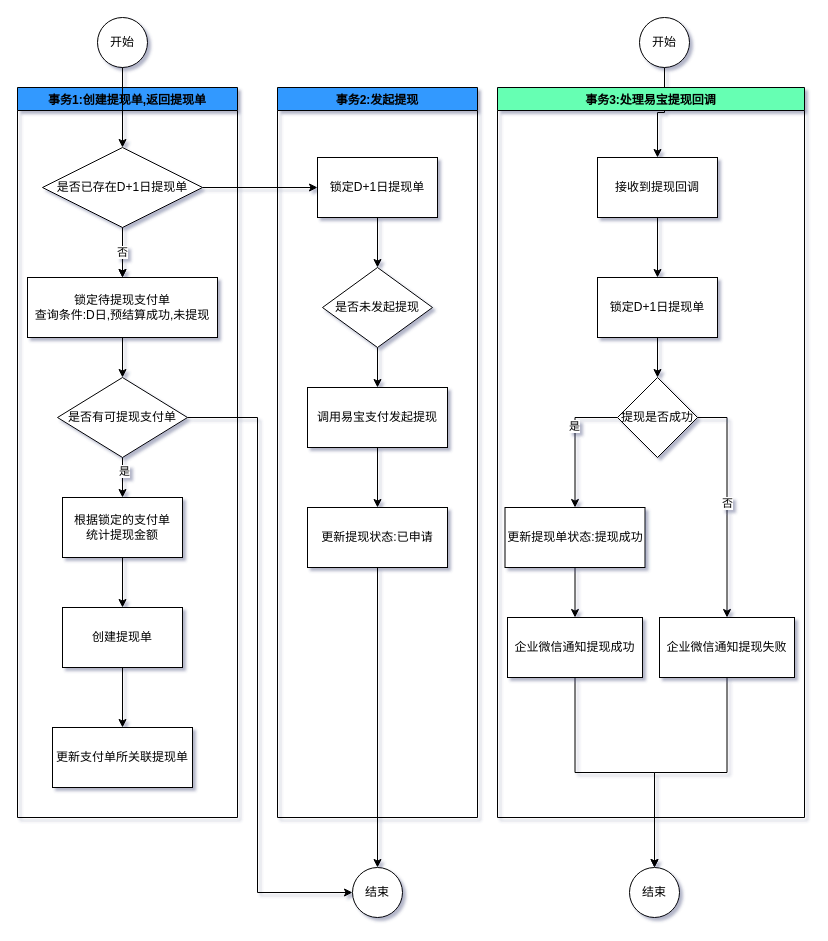
catface996/images keeps this draw.io diagram as 易宝支付提现流程.drawio. Above is the earlier version. Source tidied: cells renumbered, new cells numbered last; positions are measured from the earlier drawing's top-left corner, leaving out a move shared by most shapes. Both pictures are drawn from the tidied source at 100%, with x=0, y=0 at pixel (17, 17).
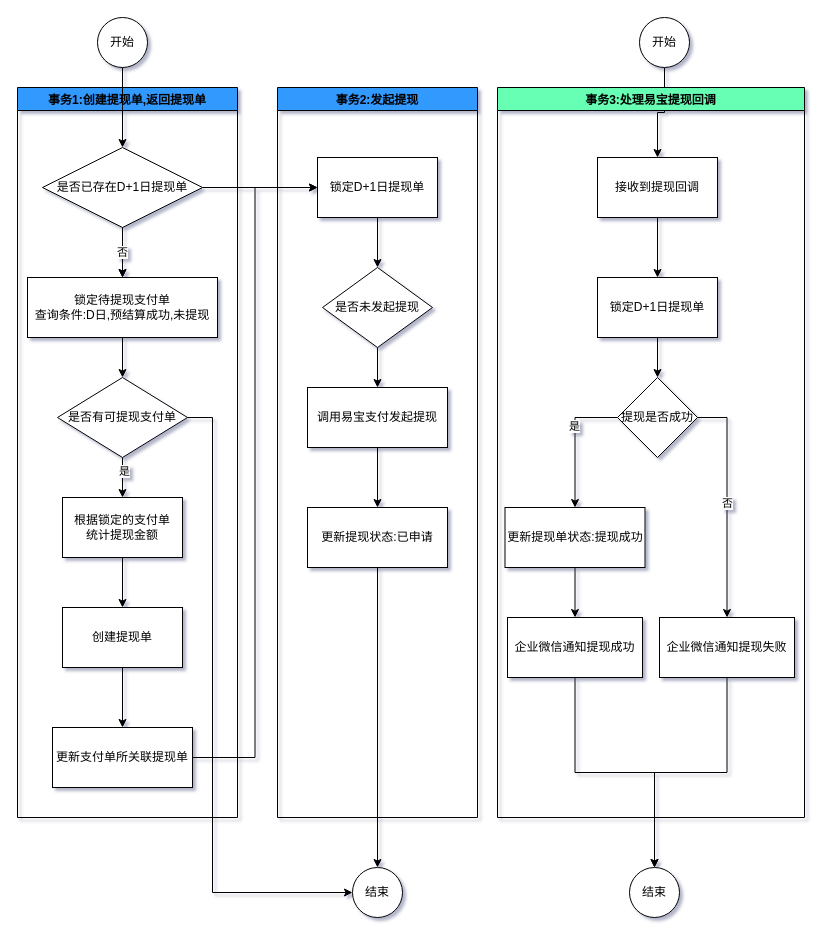
The same diagram, later.

Commit message (it also covers changes not shown here):
更新易宝支付提现流程.drawio

The change refers to these unchanged cells:
```xml
<mxCell id="5" value="锁定D+1日提现单" style="rounded=0;whiteSpace=wrap;html=1;" parent="1" vertex="1">
  <mxGeometry x="300" y="140" width="120" height="60" as="geometry" />
</mxCell>
<mxCell id="18" value="是否有可提现支付单" style="rhombus;whiteSpace=wrap;html=1;" parent="12" vertex="1">
  <mxGeometry x="40" y="290" width="130" height="80" as="geometry" />
</mxCell>
<mxCell id="26" value="更新支付单所关联提现单" style="rounded=0;whiteSpace=wrap;html=1;" parent="12" vertex="1">
  <mxGeometry x="35" y="640" width="140" height="60" as="geometry" />
</mxCell>
<mxCell id="28" value="结束" style="ellipse;whiteSpace=wrap;html=1;" parent="1" vertex="1">
  <mxGeometry x="335" y="850" width="50" height="50" as="geometry" />
</mxCell>
```

What changed in the source:
```diff
@@
     <mxCell id="2" style="edgeStyle=orthogonalEdgeStyle;rounded=0;jettySize=auto;html=1;entryX=0;entryY=0.5;entryDx=0;entryDy=0;" parent="1" edge="1" source="18" target="28">
       <mxGeometry relative="1" as="geometry">
         <Array as="points">
-          <mxPoint x="240" y="400" />
-          <mxPoint x="240" y="875" />
+          <mxPoint x="195" y="400" />
+          <mxPoint x="195" y="875" />
         </Array>
       </mxGeometry>
     </mxCell>
@@
+    <mxCell id="48" style="edgeStyle=orthogonalEdgeStyle;rounded=0;jettySize=auto;html=1;entryX=0;entryY=0.5;entryDx=0;entryDy=0;" parent="1" edge="1" source="26" target="5">
+      <mxGeometry relative="1" as="geometry" />
+    </mxCell>
```
